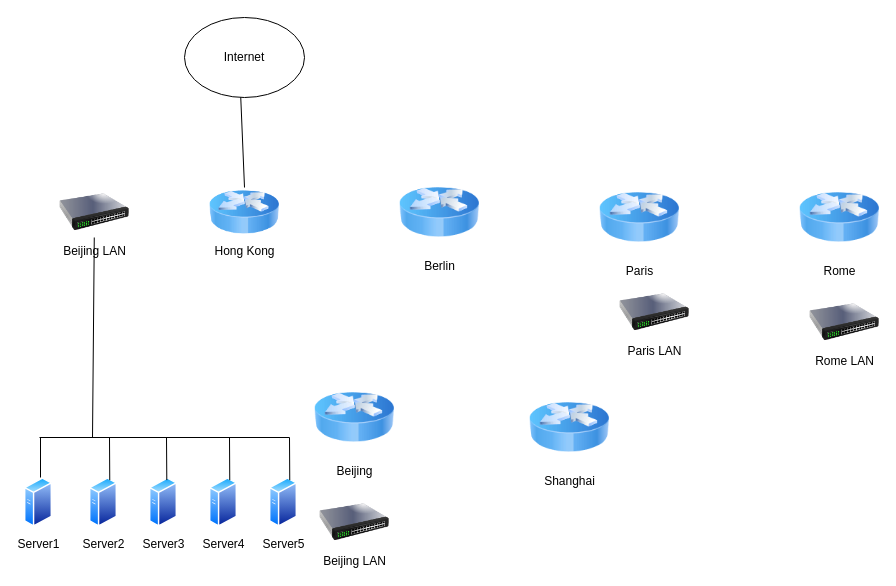
UncleSamJC/JCUStuFirstCSharp keeps this draw.io diagram as CP5631-Pra1-Diagram.drawio. Above is the earlier version. Source tidied: cells renumbered, new cells numbered last; positions are measured from the earlier drawing's top-left corner, leaving out a move shared by most shapes. Both pictures are drawn from the tidied source at 100%, with x=0, y=0 at pixel (24, 17).
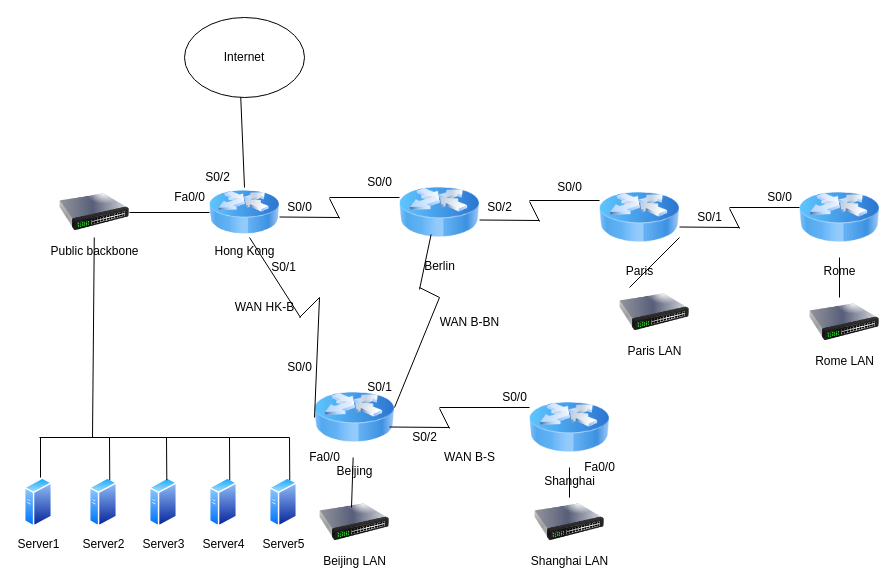
After the change.

The change refers to these unchanged cells:
```xml
<mxCell id="2" value="Hong Kong" style="image;html=1;image=img/lib/clip_art/networking/Router_Icon_128x128.png;" parent="1" vertex="1">
  <mxGeometry x="185" y="170" width="70" height="50" as="geometry" />
</mxCell>
<mxCell id="5" value="Beijing" style="image;html=1;image=img/lib/clip_art/networking/Router_Icon_128x128.png;" parent="1" vertex="1">
  <mxGeometry x="290" y="360" width="80" height="80" as="geometry" />
</mxCell>
<mxCell id="6" value="Shanghai" style="image;html=1;image=img/lib/clip_art/networking/Router_Icon_128x128.png;" parent="1" vertex="1">
  <mxGeometry x="505" y="370" width="80" height="80" as="geometry" />
</mxCell>
<mxCell id="8" value="Rome" style="image;html=1;image=img/lib/clip_art/networking/Router_Icon_128x128.png;" parent="1" vertex="1">
  <mxGeometry x="775" y="160" width="80" height="80" as="geometry" />
</mxCell>
```

The edit, as a diff of the source:
```diff
@@
-    <mxCell id="13" value="Beijing LAN" style="image;html=1;image=img/lib/clip_art/networking/Switch_128x128.png;" parent="1" vertex="1">
+    <mxCell id="13" value="Public backbone" style="image;html=1;image=img/lib/clip_art/networking/Switch_128x128.png;" parent="1" vertex="1">
       <mxGeometry x="35" y="170" width="70" height="50" as="geometry" />
     </mxCell>
@@
+    <mxCell id="26" style="endArrow=none;html=1;exitX=1;exitY=0.5;exitDx=0;exitDy=0;entryX=0;entryY=0.5;entryDx=0;entryDy=0;" parent="1" edge="1" source="13" target="2">
+      <mxGeometry relative="1" as="geometry" />
+    </mxCell>
+    <mxCell id="27" style="group;" parent="1" vertex="1">
+      <mxGeometry x="255" y="180" width="120" height="42" as="geometry" />
+    </mxCell>
+    <mxCell id="28" style="endArrow=none;html=1;exitX=1;exitY=0.5;exitDx=0;exitDy=0;" parent="27" edge="1">
+      <mxGeometry relative="1" as="geometry">
+        <mxPoint y="19.5" as="sourcePoint" />
+        <mxPoint x="60" y="20" as="targetPoint" />
+      </mxGeometry>
+    </mxCell>
+    <mxCell id="29" style="endArrow=none;html=1;" parent="27" edge="1">
+      <mxGeometry relative="1" as="geometry">
+        <mxPoint x="60" y="21" as="sourcePoint" />
+        <mxPoint x="50" y="1" as="targetPoint" />
+      </mxGeometry>
+    </mxCell>
+    <mxCell id="30" style="endArrow=none;html=1;exitX=1;exitY=0.5;exitDx=0;exitDy=0;" parent="27" edge="1">
+      <mxGeometry relative="1" as="geometry">
+        <mxPoint x="50" as="sourcePoint" />
+        <mxPoint x="120" as="targetPoint" />
+      </mxGeometry>
+    </mxCell>
+    <mxCell id="31" value="S0/0" style="text;html=1;align=center;verticalAlign=middle;" parent="27" vertex="1">
+      <mxGeometry width="40" height="20" as="geometry" />
+    </mxCell>
+    <mxCell id="32" style="group;" parent="1" vertex="1">
+      <mxGeometry x="455" y="183" width="120" height="21" as="geometry" />
+    </mxCell>
+    <mxCell id="33" style="endArrow=none;html=1;exitX=1;exitY=0.5;exitDx=0;exitDy=0;" parent="32" edge="1">
+      <mxGeometry relative="1" as="geometry">
+        <mxPoint y="19.5" as="sourcePoint" />
+        <mxPoint x="60" y="20" as="targetPoint" />
+      </mxGeometry>
+    </mxCell>
+    <mxCell id="34" style="endArrow=none;html=1;" parent="32" edge="1">
+      <mxGeometry relative="1" as="geometry">
+        <mxPoint x="60" y="21" as="sourcePoint" />
+        <mxPoint x="50" y="1" as="targetPoint" />
+      </mxGeometry>
+    </mxCell>
+    <mxCell id="35" style="endArrow=none;html=1;exitX=1;exitY=0.5;exitDx=0;exitDy=0;" parent="32" edge="1">
+      <mxGeometry relative="1" as="geometry">
+        <mxPoint x="50" as="sourcePoint" />
+        <mxPoint x="120" as="targetPoint" />
+      </mxGeometry>
+    </mxCell>
+    <mxCell id="36" value="S0/2" style="text;html=1;align=center;verticalAlign=middle;" parent="32" vertex="1">
+      <mxGeometry y="-3" width="40" height="20" as="geometry" />
+    </mxCell>
+    <mxCell id="37" style="group;" parent="1" vertex="1">
+      <mxGeometry x="655" y="190" width="120" height="21" as="geometry" />
+    </mxCell>
+    <mxCell id="38" style="endArrow=none;html=1;exitX=1;exitY=0.5;exitDx=0;exitDy=0;" parent="37" edge="1">
+      <mxGeometry relative="1" as="geometry">
+        <mxPoint y="19.5" as="sourcePoint" />
+        <mxPoint x="60" y="20" as="targetPoint" />
+      </mxGeometry>
+    </mxCell>
+    <mxCell id="39" style="endArrow=none;html=1;" parent="37" edge="1">
+      <mxGeometry relative="1" as="geometry">
+        <mxPoint x="60" y="21" as="sourcePoint" />
+        <mxPoint x="50" y="1" as="targetPoint" />
+      </mxGeometry>
+    </mxCell>
+    <mxCell id="40" style="endArrow=none;html=1;exitX=1;exitY=0.5;exitDx=0;exitDy=0;" parent="37" edge="1">
+      <mxGeometry relative="1" as="geometry">
+        <mxPoint x="50" as="sourcePoint" />
+        <mxPoint x="120" as="targetPoint" />
+      </mxGeometry>
+    </mxCell>
+    <mxCell id="41" value="S0/1" style="text;html=1;align=center;verticalAlign=middle;" parent="37" vertex="1">
+      <mxGeometry x="10" width="40" height="20" as="geometry" />
+    </mxCell>
+    <mxCell id="42" style="endArrow=none;html=1;exitX=1;exitY=0.5;exitDx=0;exitDy=0;" parent="1" edge="1">
+      <mxGeometry relative="1" as="geometry">
+        <mxPoint x="225" y="220" as="sourcePoint" />
+        <mxPoint x="276" y="300" as="targetPoint" />
+      </mxGeometry>
+    </mxCell>
+    <mxCell id="43" style="endArrow=none;html=1;" parent="1" edge="1">
+      <mxGeometry relative="1" as="geometry">
+        <mxPoint x="295" y="280" as="sourcePoint" />
+        <mxPoint x="275" y="300" as="targetPoint" />
+      </mxGeometry>
+    </mxCell>
+    <mxCell id="44" style="endArrow=none;html=1;exitX=1;exitY=0.5;exitDx=0;exitDy=0;entryX=0;entryY=0.5;entryDx=0;entryDy=0;" parent="1" edge="1" target="5">
+      <mxGeometry relative="1" as="geometry">
+        <mxPoint x="295" y="280" as="sourcePoint" />
+      </mxGeometry>
+    </mxCell>
+    <mxCell id="45" style="endArrow=none;html=1;" parent="1" edge="1">
+      <mxGeometry relative="1" as="geometry">
+        <mxPoint x="395" y="272" as="sourcePoint" />
+        <mxPoint x="406.6" y="217" as="targetPoint" />
+      </mxGeometry>
+    </mxCell>
+    <mxCell id="46" style="endArrow=none;html=1;" parent="1" edge="1">
+      <mxGeometry relative="1" as="geometry">
+        <mxPoint x="395" y="270" as="sourcePoint" />
+        <mxPoint x="415" y="280" as="targetPoint" />
+      </mxGeometry>
+    </mxCell>
+    <mxCell id="47" style="endArrow=none;html=1;" parent="1" edge="1">
+      <mxGeometry relative="1" as="geometry">
+        <mxPoint x="370" y="390" as="sourcePoint" />
+        <mxPoint x="415" y="280" as="targetPoint" />
+      </mxGeometry>
+    </mxCell>
+    <mxCell id="48" style="group;" parent="1" vertex="1">
+      <mxGeometry x="365" y="390" width="120" height="21" as="geometry" />
+    </mxCell>
+    <mxCell id="49" style="endArrow=none;html=1;exitX=1;exitY=0.5;exitDx=0;exitDy=0;" parent="48" edge="1">
+      <mxGeometry relative="1" as="geometry">
+        <mxPoint y="19.5" as="sourcePoint" />
+        <mxPoint x="60" y="20" as="targetPoint" />
+      </mxGeometry>
+    </mxCell>
+    <mxCell id="50" style="endArrow=none;html=1;" parent="48" edge="1">
+      <mxGeometry relative="1" as="geometry">
+        <mxPoint x="60" y="21" as="sourcePoint" />
+        <mxPoint x="50" y="1" as="targetPoint" />
+      </mxGeometry>
+    </mxCell>
+    <mxCell id="51" style="endArrow=none;html=1;exitX=1;exitY=0.5;exitDx=0;exitDy=0;entryX=0;entryY=0.25;entryDx=0;entryDy=0;" parent="48" edge="1" target="6">
+      <mxGeometry relative="1" as="geometry">
+        <mxPoint x="50" as="sourcePoint" />
+      </mxGeometry>
+    </mxCell>
+    <mxCell id="52" value="Shanghai LAN" style="image;html=1;image=img/lib/clip_art/networking/Switch_128x128.png;" parent="1" vertex="1">
+      <mxGeometry x="510" y="480" width="70" height="50" as="geometry" />
+    </mxCell>
+    <mxCell id="53" style="endArrow=none;html=1;" parent="1" edge="1" target="5">
+      <mxGeometry relative="1" as="geometry">
+        <mxPoint x="327" y="490" as="sourcePoint" />
+      </mxGeometry>
+    </mxCell>
+    <mxCell id="54" style="endArrow=none;html=1;" parent="1" edge="1" source="52" target="6">
+      <mxGeometry relative="1" as="geometry" />
+    </mxCell>
+    <mxCell id="55" value="S0/2" style="text;html=1;align=center;verticalAlign=middle;" parent="1" vertex="1">
+      <mxGeometry x="173" y="150" width="40" height="20" as="geometry" />
+    </mxCell>
+    <mxCell id="56" value="Fa0/0" style="text;html=1;align=center;verticalAlign=middle;" parent="1" vertex="1">
+      <mxGeometry x="140" y="170" width="50" height="20" as="geometry" />
+    </mxCell>
+    <mxCell id="57" value="S0/1" style="text;html=1;align=center;verticalAlign=middle;" parent="1" vertex="1">
+      <mxGeometry x="239" y="240" width="40" height="20" as="geometry" />
+    </mxCell>
+    <mxCell id="58" value="WAN HK-B" style="text;html=1;align=center;verticalAlign=middle;" parent="1" vertex="1">
+      <mxGeometry x="200" y="280" width="80" height="20" as="geometry" />
+    </mxCell>
+    <mxCell id="59" value="WAN B-BN" style="text;html=1;align=center;verticalAlign=middle;" parent="1" vertex="1">
+      <mxGeometry x="405" y="295" width="80" height="20" as="geometry" />
+    </mxCell>
+    <mxCell id="60" value="WAN B-S" style="text;html=1;align=center;verticalAlign=middle;" parent="1" vertex="1">
+      <mxGeometry x="410" y="430" width="70" height="20" as="geometry" />
+    </mxCell>
+    <mxCell id="61" value="S0/0" style="text;html=1;align=center;verticalAlign=middle;" parent="1" vertex="1">
+      <mxGeometry x="255" y="340" width="40" height="20" as="geometry" />
+    </mxCell>
+    <mxCell id="62" value="Fa0/0" style="text;html=1;align=center;verticalAlign=middle;" parent="1" vertex="1">
+      <mxGeometry x="275" y="430" width="50" height="20" as="geometry" />
+    </mxCell>
+    <mxCell id="63" value="S0/2" style="text;html=1;align=center;verticalAlign=middle;" parent="1" vertex="1">
+      <mxGeometry x="380" y="410" width="40" height="20" as="geometry" />
+    </mxCell>
+    <mxCell id="64" value="S0/1" style="text;html=1;align=center;verticalAlign=middle;" parent="1" vertex="1">
+      <mxGeometry x="335" y="360" width="40" height="20" as="geometry" />
+    </mxCell>
+    <mxCell id="65" value="S0/0" style="text;html=1;align=center;verticalAlign=middle;" parent="1" vertex="1">
+      <mxGeometry x="470" y="370" width="40" height="20" as="geometry" />
+    </mxCell>
+    <mxCell id="66" value="Fa0/0" style="text;html=1;align=center;verticalAlign=middle;" parent="1" vertex="1">
+      <mxGeometry x="550" y="440" width="50" height="20" as="geometry" />
+    </mxCell>
+    <mxCell id="67" value="S0/0" style="text;html=1;align=center;verticalAlign=middle;" parent="1" vertex="1">
+      <mxGeometry x="335" y="155" width="40" height="20" as="geometry" />
+    </mxCell>
+    <mxCell id="68" value="S0/0" style="text;html=1;align=center;verticalAlign=middle;" parent="1" vertex="1">
+      <mxGeometry x="735" y="170" width="40" height="20" as="geometry" />
+    </mxCell>
+    <mxCell id="69" value="S0/0" style="text;html=1;align=center;verticalAlign=middle;" parent="1" vertex="1">
+      <mxGeometry x="525" y="160" width="40" height="20" as="geometry" />
+    </mxCell>
+    <mxCell id="70" style="endArrow=none;html=1;" parent="1" edge="1" target="8">
+      <mxGeometry relative="1" as="geometry">
+        <mxPoint x="815" y="280" as="sourcePoint" />
+      </mxGeometry>
+    </mxCell>
+    <mxCell id="71" style="endArrow=none;html=1;" parent="1" edge="1">
+      <mxGeometry relative="1" as="geometry">
+        <mxPoint x="605" y="270" as="sourcePoint" />
+        <mxPoint x="655" y="220" as="targetPoint" />
+      </mxGeometry>
+    </mxCell>
```
